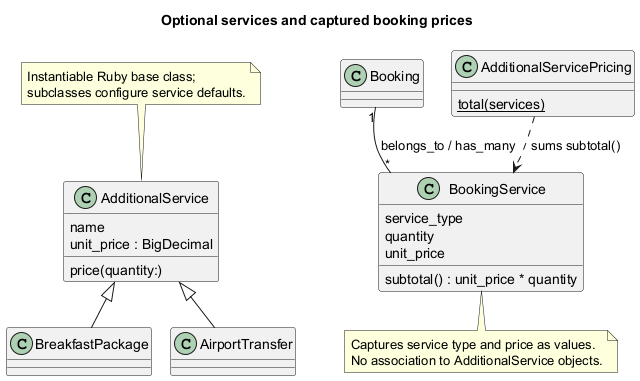
Above: A7/Part2/diagrams/additional_services.png in x3O8/23CSE455_DP_CaseStudy (PlantUML), before the change. The source it was exported from:
```plantuml
@startuml
!pragma layout smetana
title Optional services and captured booking prices
skinparam classAttributeIconSize 0
class AdditionalService {
  name
  unit_price : BigDecimal
  price(quantity:)
}
class BreakfastPackage
class AirportTransfer
class Booking
class BookingService {
  service_type
  quantity
  unit_price
  subtotal() : unit_price * quantity
}
class AdditionalServicePricing {
  {static} total(services)
}
AdditionalService <|-- BreakfastPackage
AdditionalService <|-- AirportTransfer
Booking "1" -- "*" BookingService : belongs_to / has_many
AdditionalServicePricing ..> BookingService : sums subtotal()
note bottom of BookingService
  Captures service type and price as values.
  No association to AdditionalService objects.
end note
note top of AdditionalService
  Instantiable Ruby base class;
  subclasses configure service defaults.
end note
@enduml
```
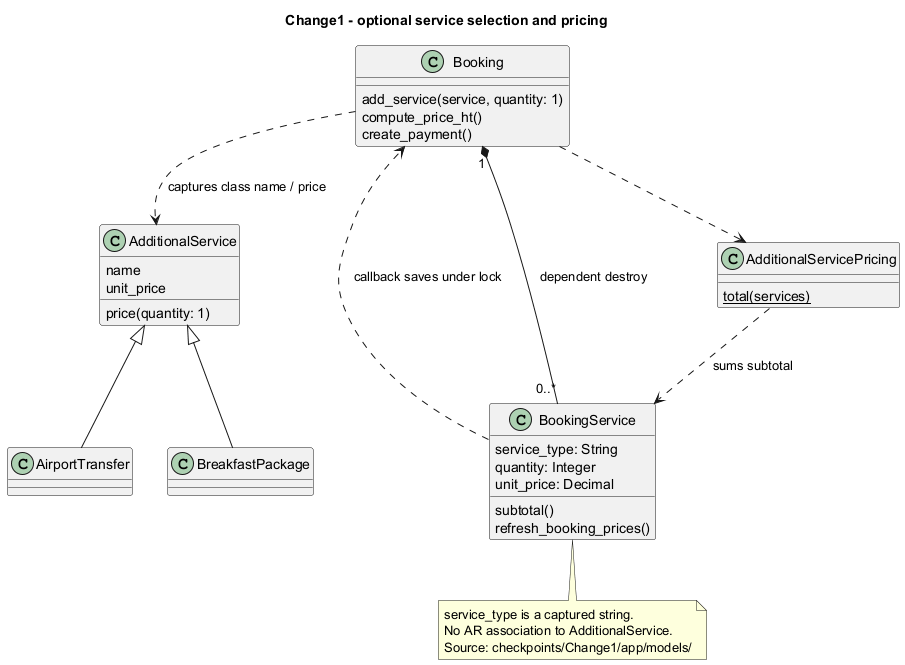
After the commit.

Change to the diagram source:
```diff
@@ -1,34 +1,38 @@
 @startuml
-!pragma layout smetana
-title Optional services and captured booking prices
+title Change1 - optional service selection and pricing
 skinparam classAttributeIconSize 0
+class Booking {
+  add_service(service, quantity: 1)
+  compute_price_ht()
+  create_payment()
+}
+class BookingService {
+  service_type: String
+  quantity: Integer
+  unit_price: Decimal
+  subtotal()
+  refresh_booking_prices()
+}
 class AdditionalService {
   name
-  unit_price : BigDecimal
-  price(quantity:)
+  unit_price
+  price(quantity: 1)
 }
 class BreakfastPackage
 class AirportTransfer
-class Booking
-class BookingService {
-  service_type
-  quantity
-  unit_price
-  subtotal() : unit_price * quantity
-}
 class AdditionalServicePricing {
   {static} total(services)
 }
+Booking "1" *-- "0..*" BookingService : dependent destroy
 AdditionalService <|-- BreakfastPackage
 AdditionalService <|-- AirportTransfer
-Booking "1" -- "*" BookingService : belongs_to / has_many
-AdditionalServicePricing ..> BookingService : sums subtotal()
+Booking ..> AdditionalService : captures class name / price
+Booking ..> AdditionalServicePricing
+AdditionalServicePricing ..> BookingService : sums subtotal
+BookingService ..> Booking : callback saves under lock
 note bottom of BookingService
-  Captures service type and price as values.
-  No association to AdditionalService objects.
-end note
-note top of AdditionalService
-  Instantiable Ruby base class;
-  subclasses configure service defaults.
+  service_type is a captured string.
+  No AR association to AdditionalService.
+  Source: checkpoints/Change1/app/models/
 end note
 @enduml
```
